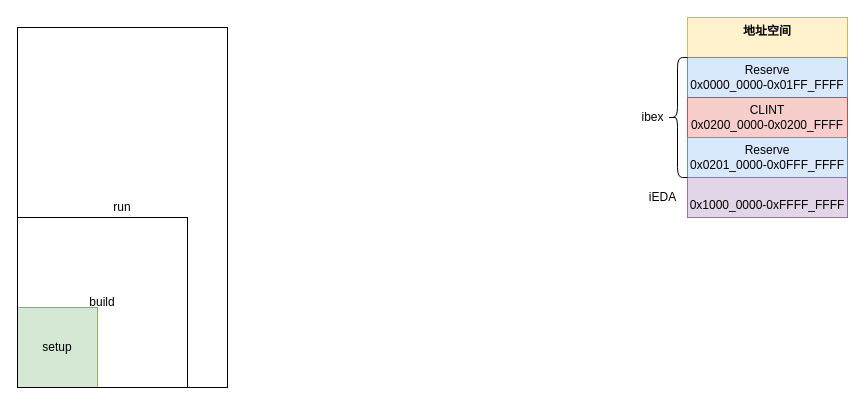
This is page "ibex" (7 of 7) of 五级流水.drawio from ZPNMiaoHeng/drawioFolder, a draw.io file, before an edit. Source tidied: cells renumbered, new cells numbered last; positions are measured from the earlier drawing's top-left corner, leaving out a move shared by most shapes. Both pictures are drawn from the tidied source at 100%, with x=0, y=0 at pixel (17, 17).
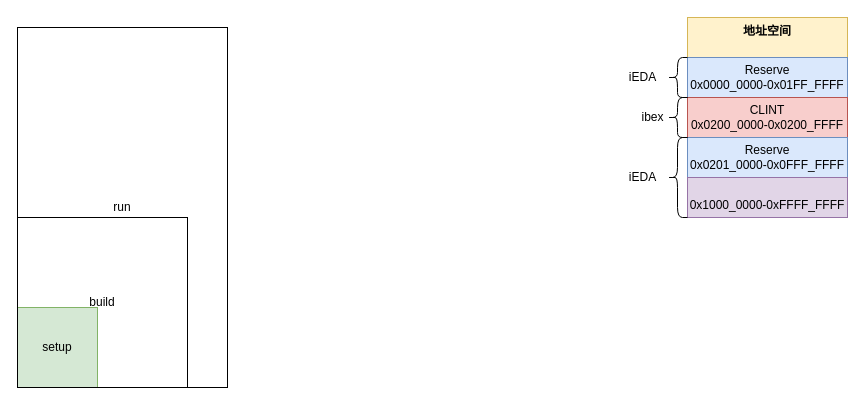
The same page after the edit.

Commit message:
更新五级流水.drawio

Diff of the diagram source:
```diff
@@
 <mxGraphModel>
   <root>
     <mxCell id="0" />
     <mxCell id="1" parent="0" />
     <mxCell id="2" value="地址空间" style="rounded=0;whiteSpace=wrap;html=1;fillColor=#fff2cc;strokeColor=#d6b656;fontStyle=1;verticalAlign=top;" parent="1" vertex="1">
       <mxGeometry x="670" width="160" height="40" as="geometry" />
     </mxCell>
     <mxCell id="3" value="Reserve&lt;br&gt;0x0000_0000-0x01FF_FFFF" style="rounded=0;whiteSpace=wrap;html=1;fillColor=#dae8fc;strokeColor=#6c8ebf;" parent="1" vertex="1">
       <mxGeometry x="670" y="40" width="160" height="40" as="geometry" />
     </mxCell>
     <mxCell id="4" value="CLINT&lt;br&gt;0x0200_0000-0x0200_FFFF" style="rounded=0;whiteSpace=wrap;html=1;fillColor=#f8cecc;strokeColor=#b85450;" parent="1" vertex="1">
       <mxGeometry x="670" y="80" width="160" height="40" as="geometry" />
     </mxCell>
     <mxCell id="5" value="Reserve&lt;br&gt;0x0201_0000-0x0FFF_FFFF" style="rounded=0;whiteSpace=wrap;html=1;fillColor=#dae8fc;strokeColor=#6c8ebf;" parent="1" vertex="1">
       <mxGeometry x="670" y="120" width="160" height="40" as="geometry" />
     </mxCell>
     <mxCell id="6" value="&lt;br&gt;0x1000_0000-0xFFFF_FFFF" style="rounded=0;whiteSpace=wrap;html=1;fillColor=#e1d5e7;strokeColor=#9673a6;" parent="1" vertex="1">
       <mxGeometry x="670" y="160" width="160" height="40" as="geometry" />
     </mxCell>
     <mxCell id="7" style="shape=curlyBracket;whiteSpace=wrap;html=1;rounded=1;labelPosition=left;verticalLabelPosition=middle;align=right;verticalAlign=middle;" parent="1" vertex="1">
-      <mxGeometry x="650" y="40" width="20" height="120" as="geometry" />
+      <mxGeometry x="650" y="80" width="20" height="40" as="geometry" />
     </mxCell>
     <mxCell id="8" value="ibex" style="text;html=1;align=center;verticalAlign=middle;strokeColor=none;fillColor=none;" parent="1" vertex="1">
       <mxGeometry x="610" y="85" width="50" height="30" as="geometry" />
     </mxCell>
     <mxCell id="9" value="iEDA" style="text;html=1;align=center;verticalAlign=middle;strokeColor=none;fillColor=none;" parent="1" vertex="1">
-      <mxGeometry x="620" y="165" width="50" height="30" as="geometry" />
+      <mxGeometry x="600" y="145" width="50" height="30" as="geometry" />
     </mxCell>
     <mxCell id="10" value="setup" style="whiteSpace=wrap;html=1;fillColor=#d5e8d4;strokeColor=#82b366;" parent="1" vertex="1">
       <mxGeometry y="290" width="80" height="80" as="geometry" />
     </mxCell>
     <mxCell id="11" value="build" style="whiteSpace=wrap;html=1;fillColor=none;" parent="1" vertex="1">
       <mxGeometry y="200" width="170" height="170" as="geometry" />
     </mxCell>
     <mxCell id="12" value="run" style="whiteSpace=wrap;html=1;gradientColor=default;fillColor=none;" parent="1" vertex="1">
       <mxGeometry y="10" width="210" height="360" as="geometry" />
     </mxCell>
+    <mxCell id="13" style="shape=curlyBracket;whiteSpace=wrap;html=1;rounded=1;labelPosition=left;verticalLabelPosition=middle;align=right;verticalAlign=middle;" parent="1" vertex="1">
+      <mxGeometry x="650" y="120" width="20" height="80" as="geometry" />
+    </mxCell>
+    <mxCell id="14" value="iEDA" style="text;html=1;align=center;verticalAlign=middle;strokeColor=none;fillColor=none;" parent="1" vertex="1">
+      <mxGeometry x="600" y="45" width="50" height="30" as="geometry" />
+    </mxCell>
+    <mxCell id="15" style="shape=curlyBracket;whiteSpace=wrap;html=1;rounded=1;labelPosition=left;verticalLabelPosition=middle;align=right;verticalAlign=middle;" parent="1" vertex="1">
+      <mxGeometry x="650" y="40" width="20" height="40" as="geometry" />
+    </mxCell>
   </root>
 </mxGraphModel>
```
